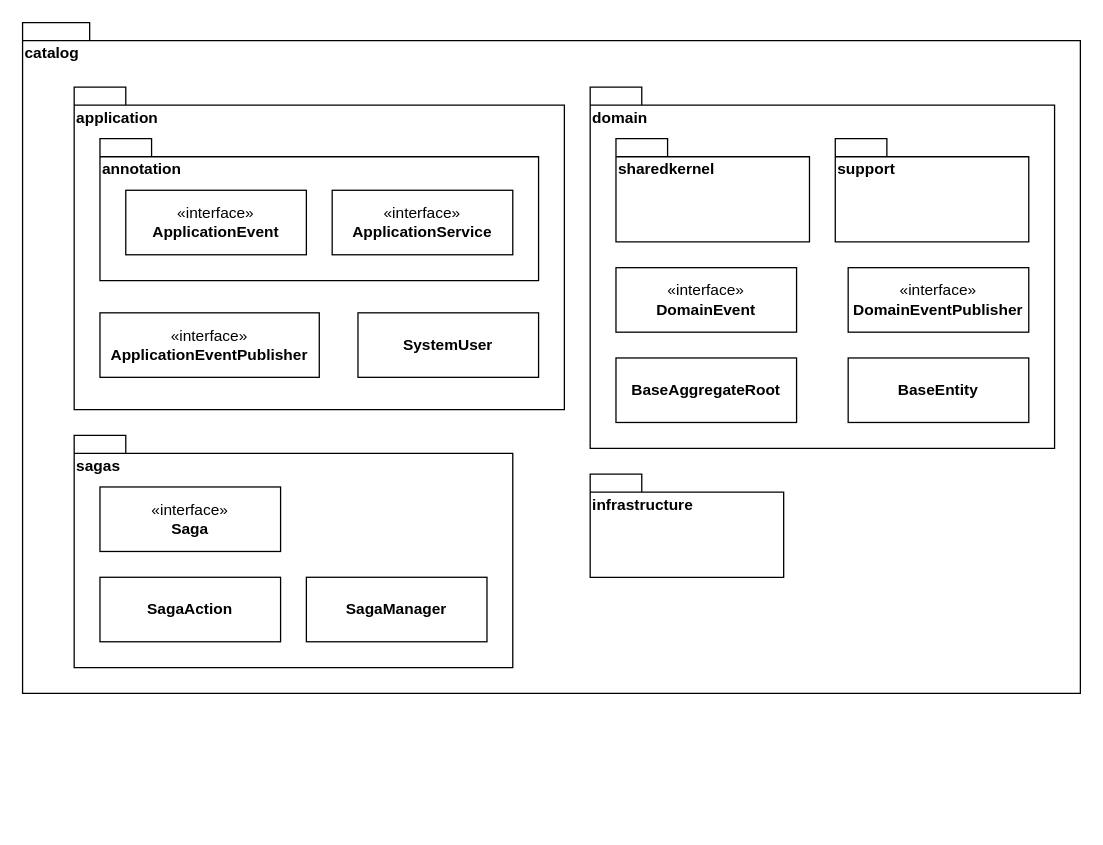
sunggooni/SW_Architect keeps this draw.io diagram as page "Q1" (1 of 3) of SW Architect A2.drawio. Above is the earlier version. Source tidied: cells renumbered, new cells numbered last; positions are measured from the earlier drawing's top-left corner, leaving out a move shared by most shapes. Both pictures are drawn from the tidied source at 129%, with x=0, y=0 at pixel (22, 22).
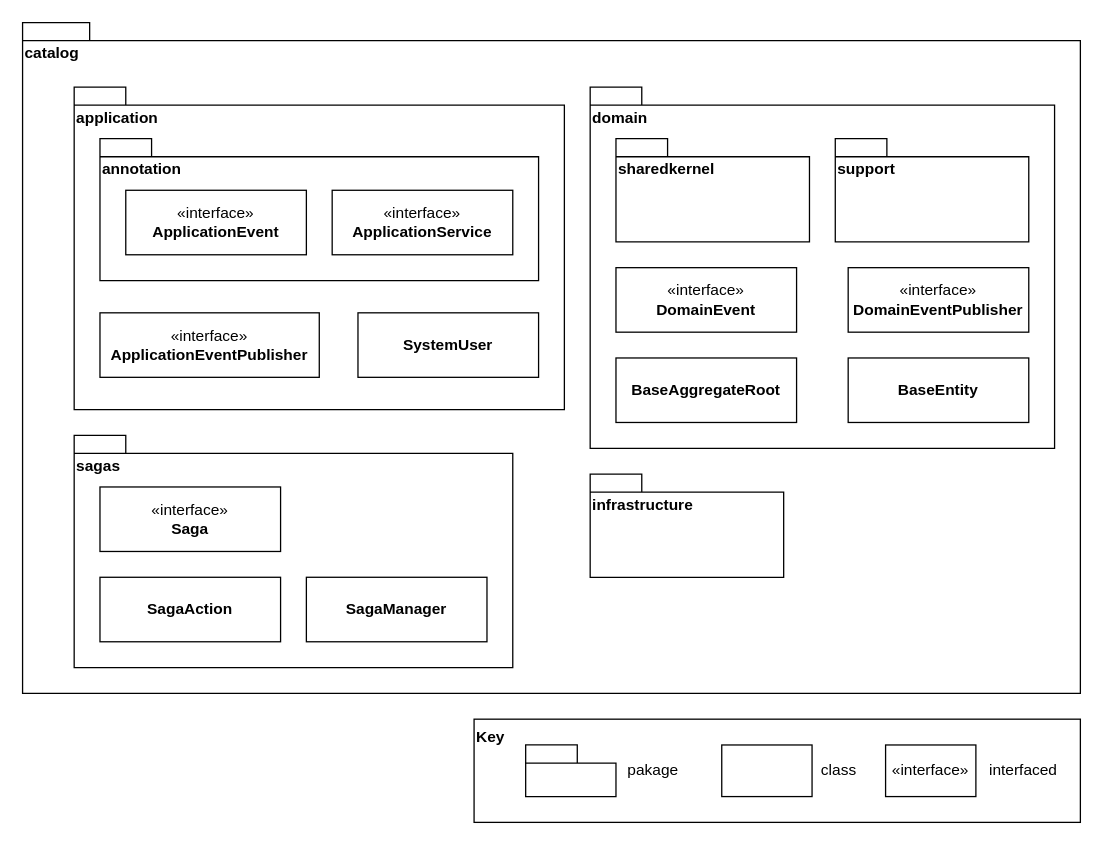
The same diagram, later.

The edit, as a diff of the source:
```diff
@@
+    <mxCell id="23" style="group;" parent="1" vertex="1">
+      <mxGeometry x="350" y="540" width="470" height="80" as="geometry" />
+    </mxCell>
+    <mxCell id="24" value="Key" style="html=1;whiteSpace=wrap;align=left;verticalAlign=top;fontStyle=1;" parent="23" vertex="1">
+      <mxGeometry width="470" height="80" as="geometry" />
+    </mxCell>
+    <mxCell id="25" style="shape=folder;fontStyle=1;spacingTop=10;tabWidth=40;tabHeight=14;tabPosition=left;html=1;whiteSpace=wrap;" parent="23" vertex="1">
+      <mxGeometry x="40" y="20" width="70" height="40" as="geometry" />
+    </mxCell>
+    <mxCell id="26" value="«interface»&lt;br&gt;" style="html=1;whiteSpace=wrap;" parent="23" vertex="1">
+      <mxGeometry x="319" y="20" width="70" height="40" as="geometry" />
+    </mxCell>
+    <mxCell id="27" value="&lt;p style=&quot;margin:0px;margin-top:4px;text-align:center;&quot;&gt;&lt;br&gt;&lt;br&gt;&lt;/p&gt;" style="verticalAlign=top;align=left;overflow=fill;fontSize=12;fontFamily=Helvetica;html=1;whiteSpace=wrap;" parent="23" vertex="1">
+      <mxGeometry x="192" y="20" width="70" height="40" as="geometry" />
+    </mxCell>
+    <mxCell id="28" value="pakage" style="text;html=1;strokeColor=none;fillColor=none;align=center;verticalAlign=middle;whiteSpace=wrap;rounded=0;" parent="23" vertex="1">
+      <mxGeometry x="109" y="25" width="60" height="30" as="geometry" />
+    </mxCell>
+    <mxCell id="29" value="class" style="text;html=1;strokeColor=none;fillColor=none;align=center;verticalAlign=middle;whiteSpace=wrap;rounded=0;" parent="23" vertex="1">
+      <mxGeometry x="253" y="25" width="60" height="30" as="geometry" />
+    </mxCell>
+    <mxCell id="30" value="interfaced" style="text;html=1;strokeColor=none;fillColor=none;align=center;verticalAlign=middle;whiteSpace=wrap;rounded=0;" parent="23" vertex="1">
+      <mxGeometry x="396" y="25" width="60" height="30" as="geometry" />
+    </mxCell>
```
